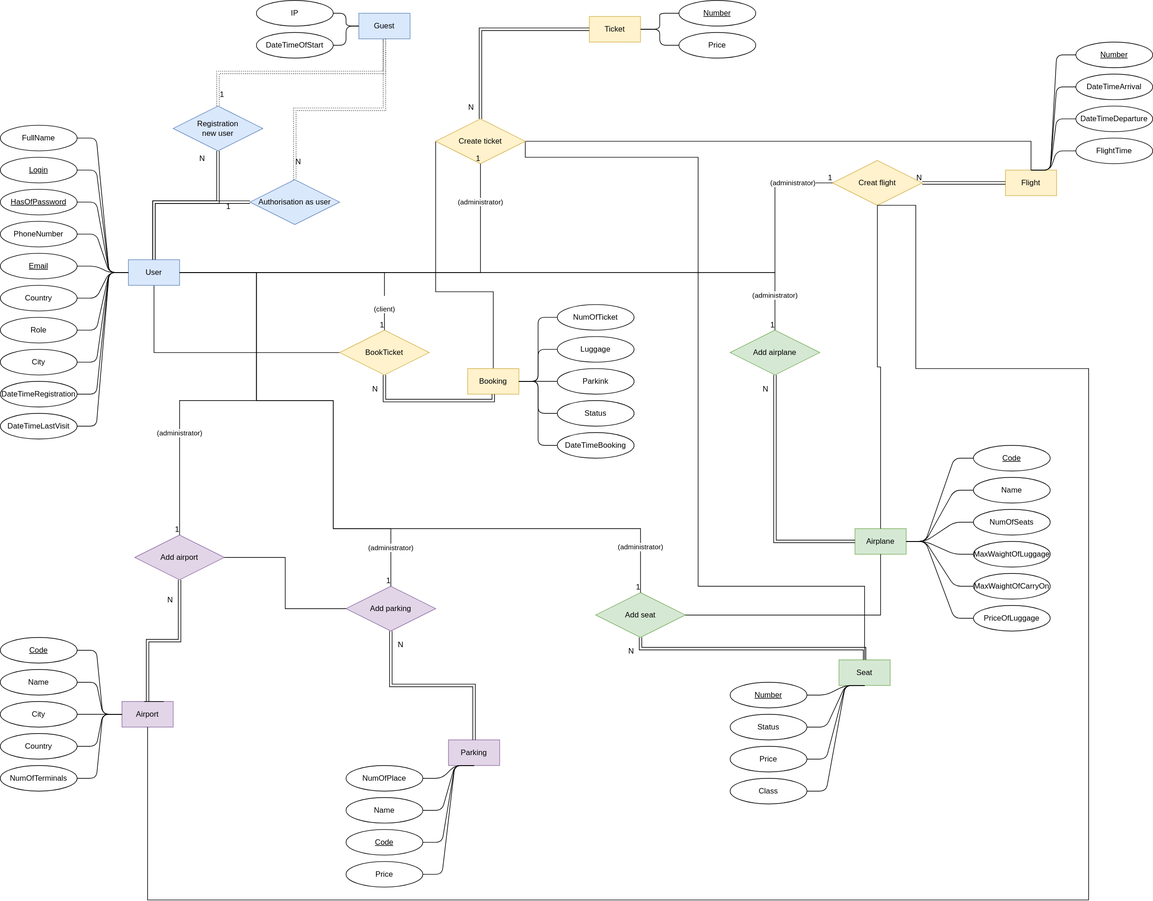
This is Design/Diagram/ERD.svg from Yurii404/AirplaneTicketSalesSystem, a draw.io export, as it was before one commit. Source tidied: cells renumbered, new cells last; positions are measured from the earlier drawing's top-left corner, leaving out a move shared by most shapes.
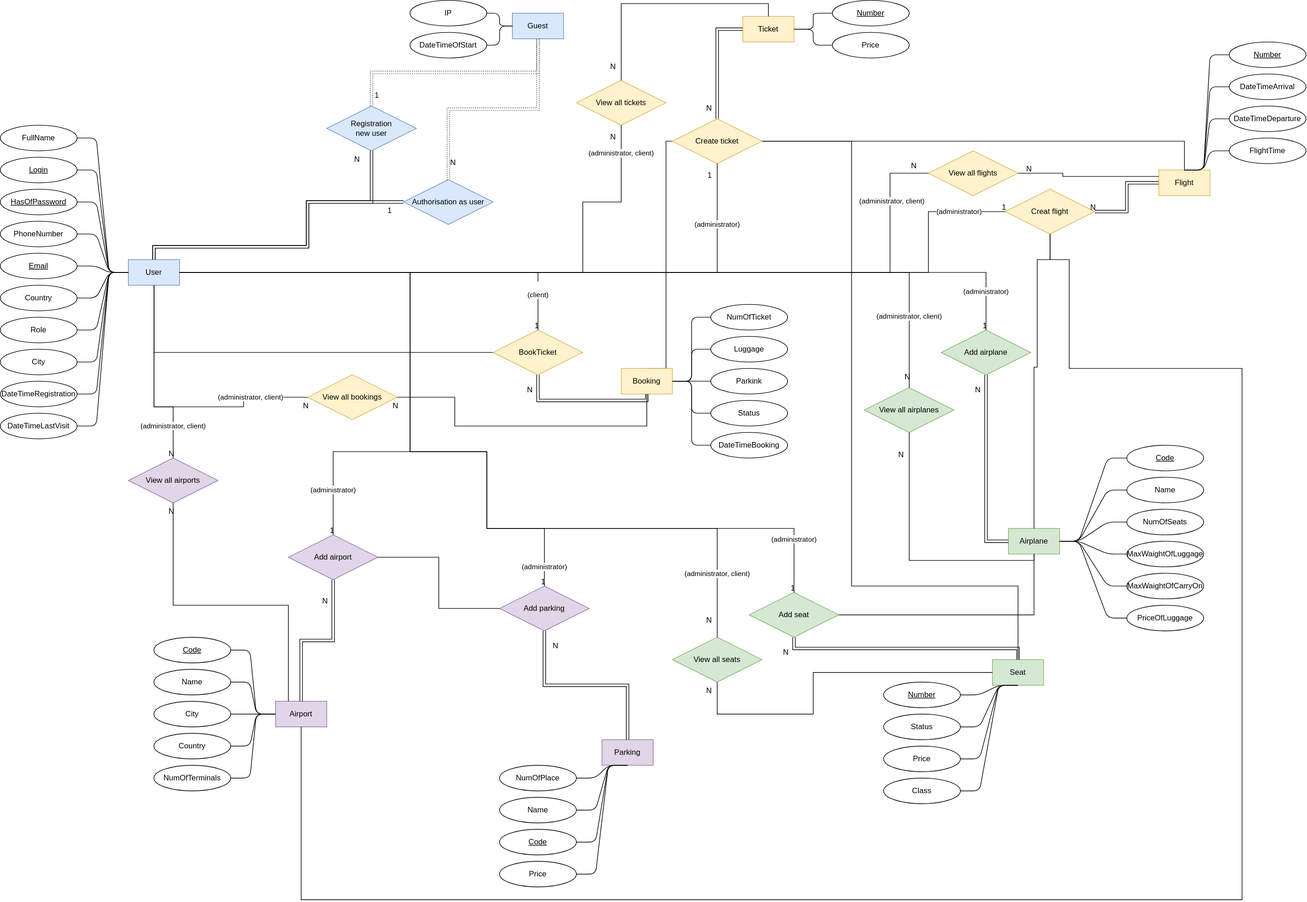
Above is the later version.

Commit message:
Add some process to ERD

What changed in the source:
```diff
@@ -11,3 +11,3 @@
     <mxCell id="4" value="User" style="whiteSpace=wrap;html=1;align=center;fillColor=#dae8fc;strokeColor=#6c8ebf;" parent="1" vertex="1">
-      <mxGeometry x="200" y="405" width="80" height="40" as="geometry" />
+      <mxGeometry x="-40" y="405" width="80" height="40" as="geometry" />
     </mxCell>
@@ -37,4 +37,4 @@
         <Array as="points">
-          <mxPoint x="770" y="455" />
-          <mxPoint x="680" y="455" />
+          <mxPoint x="800" y="575" />
+          <mxPoint x="800" y="220" />
         </Array>
@@ -50,4 +50,3 @@
           <mxPoint x="1090" y="915" />
-          <mxPoint x="1090" y="245" />
-          <mxPoint x="820" y="245" />
+          <mxPoint x="1090" y="220" />
         </Array>
@@ -74,3 +73,3 @@
     <mxCell id="21" value="FullName" style="ellipse;whiteSpace=wrap;html=1;align=center;" parent="1" vertex="1">
-      <mxGeometry y="195" width="120" height="40" as="geometry" />
+      <mxGeometry x="-240" y="195" width="120" height="40" as="geometry" />
     </mxCell>
@@ -80,3 +79,3 @@
     <mxCell id="23" value="&lt;u&gt;Login&lt;/u&gt;" style="ellipse;whiteSpace=wrap;html=1;align=center;" parent="1" vertex="1">
-      <mxGeometry y="245" width="120" height="40" as="geometry" />
+      <mxGeometry x="-240" y="245" width="120" height="40" as="geometry" />
     </mxCell>
@@ -86,3 +85,3 @@
     <mxCell id="25" value="&lt;u&gt;HasOfPassword&lt;/u&gt;" style="ellipse;whiteSpace=wrap;html=1;align=center;" parent="1" vertex="1">
-      <mxGeometry y="295" width="120" height="40" as="geometry" />
+      <mxGeometry x="-240" y="295" width="120" height="40" as="geometry" />
     </mxCell>
@@ -92,3 +91,3 @@
     <mxCell id="27" value="PhoneNumber" style="ellipse;whiteSpace=wrap;html=1;align=center;" parent="1" vertex="1">
-      <mxGeometry y="345" width="120" height="40" as="geometry" />
+      <mxGeometry x="-240" y="345" width="120" height="40" as="geometry" />
     </mxCell>
@@ -98,3 +97,3 @@
     <mxCell id="29" value="&lt;u&gt;Email&lt;/u&gt;" style="ellipse;whiteSpace=wrap;html=1;align=center;" parent="1" vertex="1">
-      <mxGeometry y="395" width="120" height="40" as="geometry" />
+      <mxGeometry x="-240" y="395" width="120" height="40" as="geometry" />
     </mxCell>
@@ -104,3 +103,3 @@
     <mxCell id="31" value="Country" style="ellipse;whiteSpace=wrap;html=1;align=center;" parent="1" vertex="1">
-      <mxGeometry y="445" width="120" height="40" as="geometry" />
+      <mxGeometry x="-240" y="445" width="120" height="40" as="geometry" />
     </mxCell>
@@ -110,3 +109,3 @@
     <mxCell id="33" value="Role" style="ellipse;whiteSpace=wrap;html=1;align=center;" parent="1" vertex="1">
-      <mxGeometry y="495" width="120" height="40" as="geometry" />
+      <mxGeometry x="-240" y="495" width="120" height="40" as="geometry" />
     </mxCell>
@@ -116,3 +115,3 @@
     <mxCell id="35" value="City" style="ellipse;whiteSpace=wrap;html=1;align=center;" parent="1" vertex="1">
-      <mxGeometry y="545" width="120" height="40" as="geometry" />
+      <mxGeometry x="-240" y="545" width="120" height="40" as="geometry" />
     </mxCell>
@@ -122,3 +121,3 @@
     <mxCell id="37" value="DateTimeRegistration" style="ellipse;whiteSpace=wrap;html=1;align=center;" parent="1" vertex="1">
-      <mxGeometry y="595" width="120" height="40" as="geometry" />
+      <mxGeometry x="-240" y="595" width="120" height="40" as="geometry" />
     </mxCell>
@@ -128,3 +127,3 @@
     <mxCell id="39" value="DateTimeLastVisit" style="ellipse;whiteSpace=wrap;html=1;align=center;" parent="1" vertex="1">
-      <mxGeometry y="645" width="120" height="40" as="geometry" />
+      <mxGeometry x="-240" y="645" width="120" height="40" as="geometry" />
     </mxCell>
@@ -316,2 +315,4 @@
         <Array as="points">
+          <mxPoint y="385" />
+          <mxPoint x="240" y="385" />
           <mxPoint x="240" y="315" />
@@ -329,2 +330,4 @@
         <Array as="points">
+          <mxPoint y="385" />
+          <mxPoint x="240" y="385" />
           <mxPoint x="240" y="315" />
@@ -335,3 +338,3 @@
       <mxGeometry x="1" relative="1" as="geometry">
-        <mxPoint x="-30" y="15" as="offset" />
+        <mxPoint x="-20" y="20" as="offset" />
       </mxGeometry>
@@ -354,5 +357,2 @@
     </mxCell>
-    <mxCell id="109" style="edgeStyle=entityRelationEdgeStyle;rounded=1;orthogonalLoop=1;jettySize=auto;html=1;exitX=0.75;exitY=0;exitDx=0;exitDy=0;entryX=0.5;entryY=0;entryDx=0;entryDy=0;endArrow=none;endFill=0;" parent="1" edge="1" source="6" target="6">
-      <mxGeometry relative="1" as="geometry" />
-    </mxCell>
     <mxCell id="110" value="Add parking&lt;br&gt;" style="shape=rhombus;perimeter=rhombusPerimeter;whiteSpace=wrap;html=1;align=center;fillColor=#e1d5e7;strokeColor=#9673a6;" parent="1" vertex="1">
@@ -361,3 +361,3 @@
     <mxCell id="111" value="Add airplane" style="shape=rhombus;perimeter=rhombusPerimeter;whiteSpace=wrap;html=1;align=center;fillColor=#d5e8d4;strokeColor=#82b366;" parent="1" vertex="1">
-      <mxGeometry x="1140" y="515" width="140" height="70" as="geometry" />
+      <mxGeometry x="1230" y="515" width="140" height="70" as="geometry" />
     </mxCell>
@@ -367,3 +367,3 @@
     <mxCell id="113" value="Creat flight" style="shape=rhombus;perimeter=rhombusPerimeter;whiteSpace=wrap;html=1;align=center;fillColor=#fff2cc;strokeColor=#d6b656;" parent="1" vertex="1">
-      <mxGeometry x="1300" y="250" width="140" height="70" as="geometry" />
+      <mxGeometry x="1330" y="295" width="140" height="70" as="geometry" />
     </mxCell>
@@ -373,3 +373,3 @@
     <mxCell id="115" value="Create ticket" style="shape=rhombus;perimeter=rhombusPerimeter;whiteSpace=wrap;html=1;align=center;fillColor=#fff2cc;strokeColor=#d6b656;" parent="1" vertex="1">
-      <mxGeometry x="680" y="185" width="140" height="70" as="geometry" />
+      <mxGeometry x="810" y="185" width="140" height="70" as="geometry" />
     </mxCell>
@@ -405,3 +405,3 @@
         <Array as="points">
-          <mxPoint x="1210" y="845" />
+          <mxPoint x="1300" y="845" />
         </Array>
@@ -443,9 +443,8 @@
     <mxCell id="133" value="(administrator)" style="html=1;rounded=0;endArrow=none;endFill=0;edgeStyle=orthogonalEdgeStyle;exitX=1;exitY=0.5;exitDx=0;exitDy=0;entryX=0.5;entryY=0;entryDx=0;entryDy=0;" parent="1" edge="1" source="4" target="100">
-      <mxGeometry x="0.51" relative="1" as="geometry">
+      <mxGeometry x="0.84" relative="1" as="geometry">
         <Array as="points">
           <mxPoint x="400" y="425" />
-          <mxPoint x="400" y="625" />
-          <mxPoint x="280" y="625" />
+          <mxPoint x="400" y="705" />
+          <mxPoint x="280" y="705" />
         </Array>
-        <mxPoint y="1" as="offset" />
       </mxGeometry>
@@ -456,7 +455,7 @@
     <mxCell id="135" value="(administrator)" style="html=1;rounded=0;endArrow=none;endFill=0;edgeStyle=orthogonalEdgeStyle;exitX=1;exitY=0.5;exitDx=0;exitDy=0;entryX=0.5;entryY=0;entryDx=0;entryDy=0;" parent="1" edge="1" source="4" target="110">
-      <mxGeometry x="0.85" relative="1" as="geometry">
+      <mxGeometry x="0.94" relative="1" as="geometry">
         <Array as="points">
           <mxPoint x="400" y="425" />
-          <mxPoint x="400" y="625" />
-          <mxPoint x="520" y="625" />
+          <mxPoint x="400" y="705" />
+          <mxPoint x="520" y="705" />
           <mxPoint x="520" y="825" />
@@ -473,3 +472,5 @@
     <mxCell id="138" value="1" style="html=1;align=right;verticalAlign=bottom;" parent="137" vertex="1">
-      <mxGeometry x="1" relative="1" as="geometry" />
+      <mxGeometry x="1" relative="1" as="geometry">
+        <mxPoint x="-10" y="25" as="offset" />
+      </mxGeometry>
     </mxCell>
@@ -479,4 +480,4 @@
           <mxPoint x="400" y="425" />
-          <mxPoint x="400" y="625" />
-          <mxPoint x="520" y="625" />
+          <mxPoint x="400" y="705" />
+          <mxPoint x="520" y="705" />
           <mxPoint x="520" y="825" />
@@ -494,3 +495,3 @@
           <mxPoint x="1210" y="425" />
-          <mxPoint x="1210" y="285" />
+          <mxPoint x="1210" y="330" />
         </Array>
@@ -520,3 +521,10 @@
     <mxCell id="147" style="endArrow=none;html=1;rounded=0;exitX=0.5;exitY=1;exitDx=0;exitDy=0;entryX=0.5;entryY=0;entryDx=0;entryDy=0;edgeStyle=orthogonalEdgeStyle;" parent="1" edge="1" source="113" target="5">
-      <mxGeometry relative="1" as="geometry" />
+      <mxGeometry relative="1" as="geometry">
+        <Array as="points">
+          <mxPoint x="1400" y="405" />
+          <mxPoint x="1380" y="405" />
+          <mxPoint x="1380" y="573" />
+          <mxPoint x="1375" y="573" />
+        </Array>
+      </mxGeometry>
     </mxCell>
@@ -529,3 +537,4 @@
           <mxPoint x="1430" y="575" />
-          <mxPoint x="1430" y="320" />
+          <mxPoint x="1430" y="405" />
+          <mxPoint x="1400" y="405" />
         </Array>
@@ -533,2 +542,196 @@
     </mxCell>
+    <mxCell id="149" value="View all airports" style="shape=rhombus;perimeter=rhombusPerimeter;whiteSpace=wrap;html=1;align=center;fillColor=#e1d5e7;strokeColor=#9673a6;" parent="1" vertex="1">
+      <mxGeometry x="-40" y="715" width="140" height="70" as="geometry" />
+    </mxCell>
+    <mxCell id="150" value="(administrator, client)" style="html=1;rounded=0;endArrow=none;endFill=0;edgeStyle=orthogonalEdgeStyle;exitX=0.5;exitY=1;exitDx=0;exitDy=0;entryX=0.5;entryY=0;entryDx=0;entryDy=0;" parent="1" edge="1" source="4" target="149">
+      <mxGeometry x="0.67" relative="1" as="geometry">
+        <Array as="points">
+          <mxPoint y="635" />
+          <mxPoint x="30" y="635" />
+        </Array>
+      </mxGeometry>
+    </mxCell>
+    <mxCell id="151" value="N" style="html=1;align=right;verticalAlign=bottom;" parent="150" vertex="1">
+      <mxGeometry x="1" relative="1" as="geometry" />
+    </mxCell>
+    <mxCell id="152" style="html=1;rounded=0;endArrow=none;endFill=0;edgeStyle=orthogonalEdgeStyle;exitX=0.25;exitY=0;exitDx=0;exitDy=0;entryX=0.5;entryY=1;entryDx=0;entryDy=0;" parent="1" edge="1" source="6" target="149">
+      <mxGeometry x="0.76" relative="1" as="geometry">
+        <Array as="points">
+          <mxPoint x="210" y="945" />
+          <mxPoint x="30" y="945" />
+        </Array>
+      </mxGeometry>
+    </mxCell>
+    <mxCell id="153" value="N" style="html=1;align=right;verticalAlign=bottom;" parent="152" vertex="1">
+      <mxGeometry x="1" relative="1" as="geometry">
+        <mxPoint y="20" as="offset" />
+      </mxGeometry>
+    </mxCell>
+    <mxCell id="154" value="View all bookings" style="shape=rhombus;perimeter=rhombusPerimeter;whiteSpace=wrap;html=1;align=center;fillColor=#fff2cc;strokeColor=#d6b656;" parent="1" vertex="1">
+      <mxGeometry x="240" y="585" width="140" height="70" as="geometry" />
+    </mxCell>
+    <mxCell id="155" style="html=1;rounded=0;endArrow=none;endFill=0;edgeStyle=orthogonalEdgeStyle;exitX=0.5;exitY=1;exitDx=0;exitDy=0;entryX=1;entryY=0.5;entryDx=0;entryDy=0;" parent="1" edge="1" source="13" target="154">
+      <mxGeometry x="0.53" relative="1" as="geometry">
+        <Array as="points">
+          <mxPoint x="770" y="665" />
+          <mxPoint x="470" y="665" />
+          <mxPoint x="470" y="620" />
+        </Array>
+      </mxGeometry>
+    </mxCell>
+    <mxCell id="156" value="N" style="html=1;align=right;verticalAlign=bottom;" parent="155" vertex="1">
+      <mxGeometry x="1" relative="1" as="geometry">
+        <mxPoint y="20" as="offset" />
+      </mxGeometry>
+    </mxCell>
+    <mxCell id="157" value="(administrator, client)" style="html=1;rounded=0;endArrow=none;endFill=0;edgeStyle=orthogonalEdgeStyle;exitX=0.5;exitY=1;exitDx=0;exitDy=0;entryX=0;entryY=0.5;entryDx=0;entryDy=0;" parent="1" edge="1" source="4" target="154">
+      <mxGeometry x="0.6" relative="1" as="geometry">
+        <Array as="points">
+          <mxPoint y="635" />
+          <mxPoint x="140" y="635" />
+          <mxPoint x="140" y="620" />
+        </Array>
+        <mxPoint x="1" as="offset" />
+      </mxGeometry>
+    </mxCell>
+    <mxCell id="158" value="N" style="html=1;align=right;verticalAlign=bottom;" parent="157" vertex="1">
+      <mxGeometry x="1" relative="1" as="geometry">
+        <mxPoint y="20" as="offset" />
+      </mxGeometry>
+    </mxCell>
+    <mxCell id="159" value="View all airplanes" style="shape=rhombus;perimeter=rhombusPerimeter;whiteSpace=wrap;html=1;align=center;fillColor=#d5e8d4;strokeColor=#82b366;" parent="1" vertex="1">
+      <mxGeometry x="1110" y="605" width="140" height="70" as="geometry" />
+    </mxCell>
+    <mxCell id="160" value="(administrator, client)" style="html=1;rounded=0;endArrow=none;endFill=0;edgeStyle=orthogonalEdgeStyle;exitX=1;exitY=0.5;exitDx=0;exitDy=0;entryX=0.5;entryY=0;entryDx=0;entryDy=0;" parent="1" edge="1" source="4" target="159">
+      <mxGeometry x="0.83" relative="1" as="geometry">
+        <Array as="points">
+          <mxPoint x="1180" y="425" />
+        </Array>
+        <mxPoint y="-1" as="offset" />
+      </mxGeometry>
+    </mxCell>
+    <mxCell id="161" value="N" style="html=1;align=right;verticalAlign=bottom;" parent="160" vertex="1">
+      <mxGeometry x="1" relative="1" as="geometry">
+        <mxPoint y="-10" as="offset" />
+      </mxGeometry>
+    </mxCell>
+    <mxCell id="162" style="html=1;rounded=0;endArrow=none;endFill=0;edgeStyle=orthogonalEdgeStyle;exitX=0.5;exitY=1;exitDx=0;exitDy=0;entryX=0.5;entryY=1;entryDx=0;entryDy=0;" parent="1" edge="1" source="5" target="159">
+      <mxGeometry x="0.83" relative="1" as="geometry">
+        <Array as="points">
+          <mxPoint x="1375" y="875" />
+          <mxPoint x="1180" y="875" />
+        </Array>
+        <mxPoint y="-1" as="offset" />
+      </mxGeometry>
+    </mxCell>
+    <mxCell id="163" value="N" style="html=1;align=right;verticalAlign=bottom;" parent="162" vertex="1">
+      <mxGeometry x="1" relative="1" as="geometry">
+        <mxPoint x="-10" y="41" as="offset" />
+      </mxGeometry>
+    </mxCell>
+    <mxCell id="164" value="View all seats" style="shape=rhombus;perimeter=rhombusPerimeter;whiteSpace=wrap;html=1;align=center;fillColor=#d5e8d4;strokeColor=#82b366;" parent="1" vertex="1">
+      <mxGeometry x="810" y="995" width="140" height="70" as="geometry" />
+    </mxCell>
+    <mxCell id="165" style="html=1;rounded=0;endArrow=none;endFill=0;edgeStyle=orthogonalEdgeStyle;exitX=1;exitY=0.5;exitDx=0;exitDy=0;entryX=0.5;entryY=0;entryDx=0;entryDy=0;" parent="1" edge="1" source="4" target="164">
+      <mxGeometry x="0.76" relative="1" as="geometry">
+        <Array as="points">
+          <mxPoint x="400" y="425" />
+          <mxPoint x="400" y="705" />
+          <mxPoint x="520" y="705" />
+          <mxPoint x="520" y="825" />
+          <mxPoint x="880" y="825" />
+        </Array>
+      </mxGeometry>
+    </mxCell>
+    <mxCell id="166" value="N" style="html=1;align=right;verticalAlign=bottom;" parent="165" vertex="1">
+      <mxGeometry x="1" relative="1" as="geometry">
+        <mxPoint x="-10" y="-20" as="offset" />
+      </mxGeometry>
+    </mxCell>
+    <mxCell id="167" value="(administrator, client)" style="edgeLabel;html=1;align=center;verticalAlign=middle;" parent="165" vertex="1">
+      <mxGeometry x="0.86" y="-1" relative="1" as="geometry" />
+    </mxCell>
+    <mxCell id="168" style="html=1;rounded=0;endArrow=none;endFill=0;edgeStyle=orthogonalEdgeStyle;entryX=0.5;entryY=1;entryDx=0;entryDy=0;exitX=0;exitY=0.5;exitDx=0;exitDy=0;" parent="1" edge="1" source="15" target="164">
+      <mxGeometry x="0.76" relative="1" as="geometry">
+        <Array as="points">
+          <mxPoint x="1030" y="1050" />
+          <mxPoint x="1030" y="1115" />
+          <mxPoint x="880" y="1115" />
+        </Array>
+      </mxGeometry>
+    </mxCell>
+    <mxCell id="169" value="N" style="html=1;align=right;verticalAlign=bottom;" parent="168" vertex="1">
+      <mxGeometry x="1" relative="1" as="geometry">
+        <mxPoint x="-10" y="20" as="offset" />
+      </mxGeometry>
+    </mxCell>
+    <mxCell id="170" value="View all flights" style="shape=rhombus;perimeter=rhombusPerimeter;whiteSpace=wrap;html=1;align=center;fillColor=#fff2cc;strokeColor=#d6b656;" parent="1" vertex="1">
+      <mxGeometry x="1210" y="235" width="140" height="70" as="geometry" />
+    </mxCell>
+    <mxCell id="171" style="html=1;rounded=0;endArrow=none;endFill=0;edgeStyle=orthogonalEdgeStyle;entryX=1;entryY=0.5;entryDx=0;entryDy=0;exitX=0;exitY=0.25;exitDx=0;exitDy=0;" parent="1" edge="1" source="7" target="170">
+      <mxGeometry x="0.83" relative="1" as="geometry">
+        <Array as="points">
+          <mxPoint x="1420" y="275" />
+          <mxPoint x="1420" y="270" />
+        </Array>
+        <mxPoint y="-1" as="offset" />
+      </mxGeometry>
+    </mxCell>
+    <mxCell id="172" value="N" style="html=1;align=right;verticalAlign=bottom;" parent="171" vertex="1">
+      <mxGeometry x="1" relative="1" as="geometry">
+        <mxPoint x="20" as="offset" />
+      </mxGeometry>
+    </mxCell>
+    <mxCell id="173" style="html=1;rounded=0;endArrow=none;endFill=0;edgeStyle=orthogonalEdgeStyle;entryX=0;entryY=0.5;entryDx=0;entryDy=0;exitX=1;exitY=0.5;exitDx=0;exitDy=0;" parent="1" edge="1" source="4" target="170">
+      <mxGeometry x="0.83" relative="1" as="geometry">
+        <Array as="points">
+          <mxPoint x="1150" y="425" />
+          <mxPoint x="1150" y="270" />
+        </Array>
+        <mxPoint y="-1" as="offset" />
+      </mxGeometry>
+    </mxCell>
+    <mxCell id="174" value="N" style="html=1;align=right;verticalAlign=bottom;" parent="173" vertex="1">
+      <mxGeometry x="1" relative="1" as="geometry">
+        <mxPoint x="-20" y="-5" as="offset" />
+      </mxGeometry>
+    </mxCell>
+    <mxCell id="175" value="(administrator, client)" style="edgeLabel;html=1;align=center;verticalAlign=middle;" parent="173" vertex="1">
+      <mxGeometry x="0.84" y="-2" relative="1" as="geometry" />
+    </mxCell>
+    <mxCell id="176" value="View all tickets" style="shape=rhombus;perimeter=rhombusPerimeter;whiteSpace=wrap;html=1;align=center;fillColor=#fff2cc;strokeColor=#d6b656;" parent="1" vertex="1">
+      <mxGeometry x="660" y="125" width="140" height="70" as="geometry" />
+    </mxCell>
+    <mxCell id="177" style="html=1;rounded=0;endArrow=none;endFill=0;edgeStyle=orthogonalEdgeStyle;entryX=0.5;entryY=0;entryDx=0;entryDy=0;exitX=0.5;exitY=0;exitDx=0;exitDy=0;" parent="1" edge="1" source="10" target="176">
+      <mxGeometry x="0.83" relative="1" as="geometry">
+        <Array as="points">
+          <mxPoint x="960" y="5" />
+          <mxPoint x="730" y="5" />
+        </Array>
+        <mxPoint y="-1" as="offset" />
+      </mxGeometry>
+    </mxCell>
+    <mxCell id="178" value="N" style="html=1;align=right;verticalAlign=bottom;" parent="177" vertex="1">
+      <mxGeometry x="1" relative="1" as="geometry">
+        <mxPoint x="-10" y="-15" as="offset" />
+      </mxGeometry>
+    </mxCell>
+    <mxCell id="179" style="html=1;rounded=0;endArrow=none;endFill=0;edgeStyle=orthogonalEdgeStyle;entryX=0.5;entryY=1;entryDx=0;entryDy=0;exitX=1;exitY=0.5;exitDx=0;exitDy=0;" parent="1" edge="1" source="4" target="176">
+      <mxGeometry x="0.83" relative="1" as="geometry">
+        <Array as="points">
+          <mxPoint x="670" y="425" />
+          <mxPoint x="670" y="315" />
+          <mxPoint x="730" y="315" />
+        </Array>
+        <mxPoint y="-1" as="offset" />
+      </mxGeometry>
+    </mxCell>
+    <mxCell id="180" value="N" style="html=1;align=right;verticalAlign=bottom;" parent="179" vertex="1">
+      <mxGeometry x="1" relative="1" as="geometry">
+        <mxPoint x="-10" y="25" as="offset" />
+      </mxGeometry>
+    </mxCell>
+    <mxCell id="181" value="(administrator, client)" style="edgeLabel;html=1;align=center;verticalAlign=middle;" parent="179" vertex="1">
+      <mxGeometry x="0.91" y="1" relative="1" as="geometry" />
+    </mxCell>
   </root>
```
